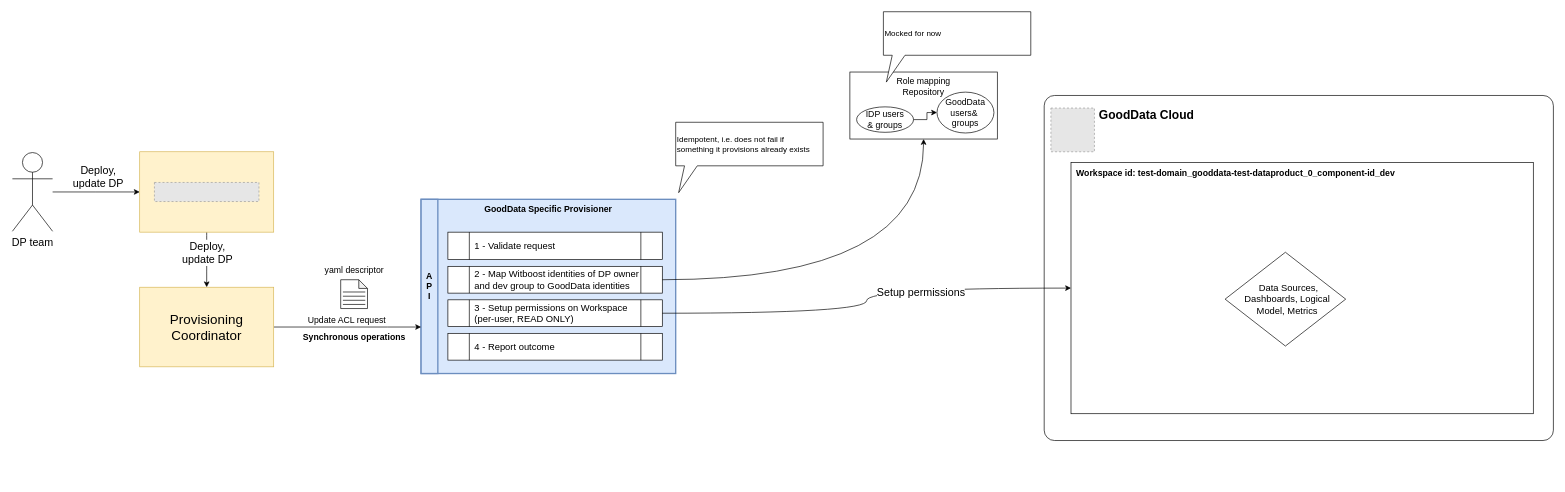
Above: page "Output Port - Workspace - Update ACL" (5 of 5) of docs/hld.drawio in agile-lab-dev/witboost-gooddata-specific-provisioner (draw.io), before the change. Source tidied: cells renumbered, new cells numbered last; positions are measured from the earlier drawing's top-left corner, leaving out a move shared by most shapes. Both pictures are drawn from the tidied source at 67%, with x=0, y=0 at pixel (12, 11). Pictures stored in the file or linked from it are replaced by grey dashed boxes.
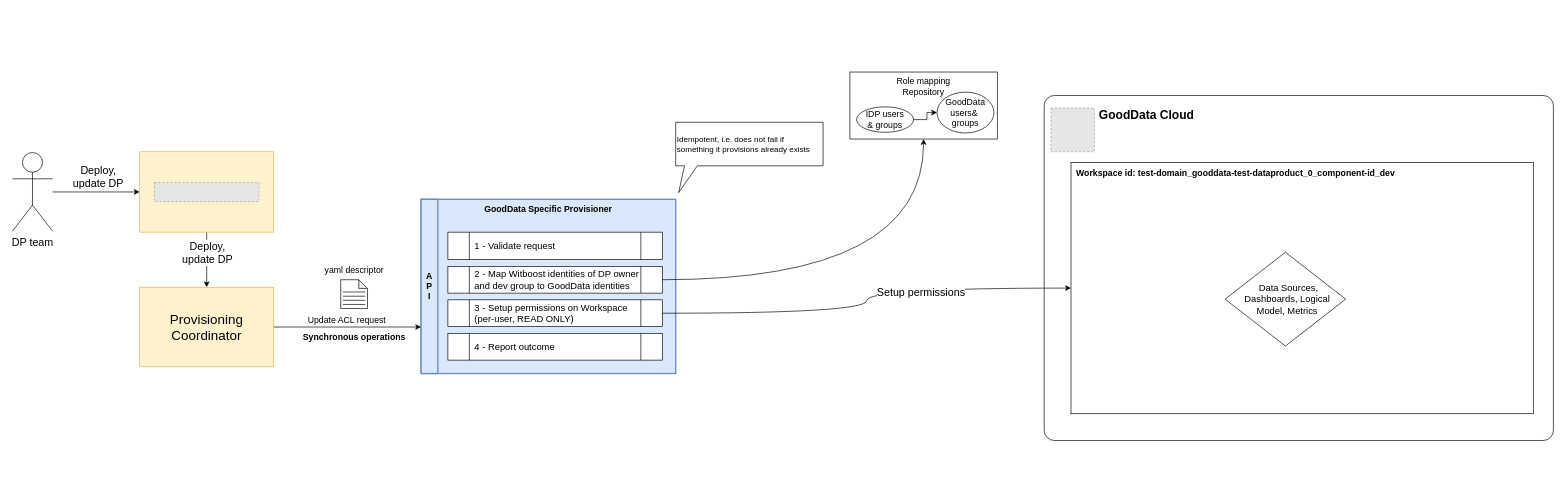
The same diagram, later.

Change to the diagram source:
```diff
@@
-    <mxCell id="39" value="Mocked for now" style="shape=callout;whiteSpace=wrap;html=1;perimeter=calloutPerimeter;align=left;size=40;position=0.06;position2=0.02;base=19;" parent="1" vertex="1">
-      <mxGeometry x="1300" width="220" height="105" as="geometry" />
-    </mxCell>
```
